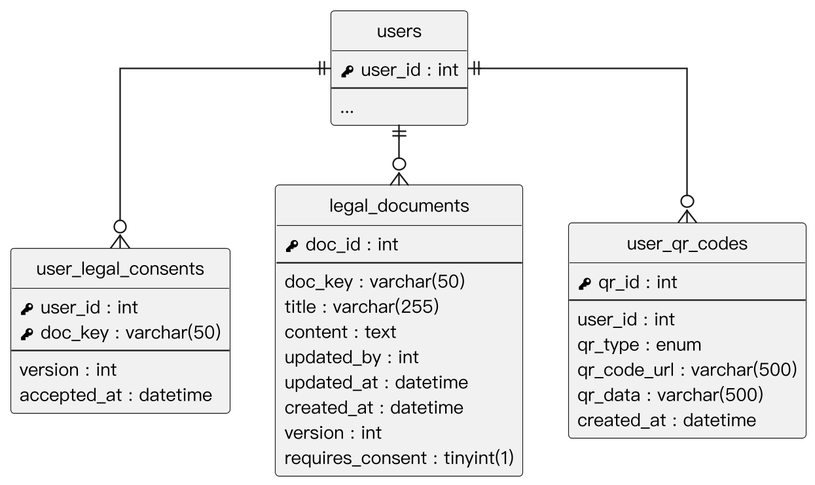
SaveMyBook/SaveMyBook keeps this PlantUML diagram as Diagrams/Relational Tables/v3/er_account_consents.png. Above is the earlier version.
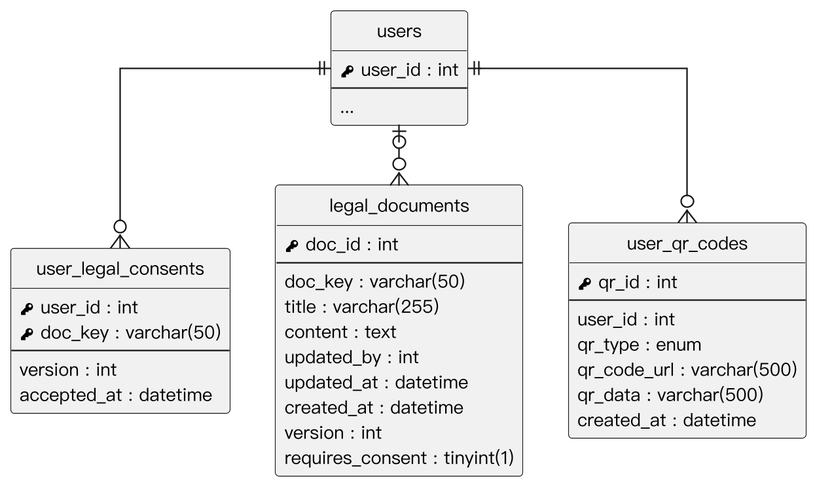
Above is the later version.

What changed in the source:
```diff
@@ -44,6 +44,6 @@
   {field} created_at : datetime
 }
 users ||--o{ user_legal_consents
-users ||--o{ legal_documents
+users |o--o{ legal_documents
 users ||--o{ user_qr_codes
 @enduml
```
